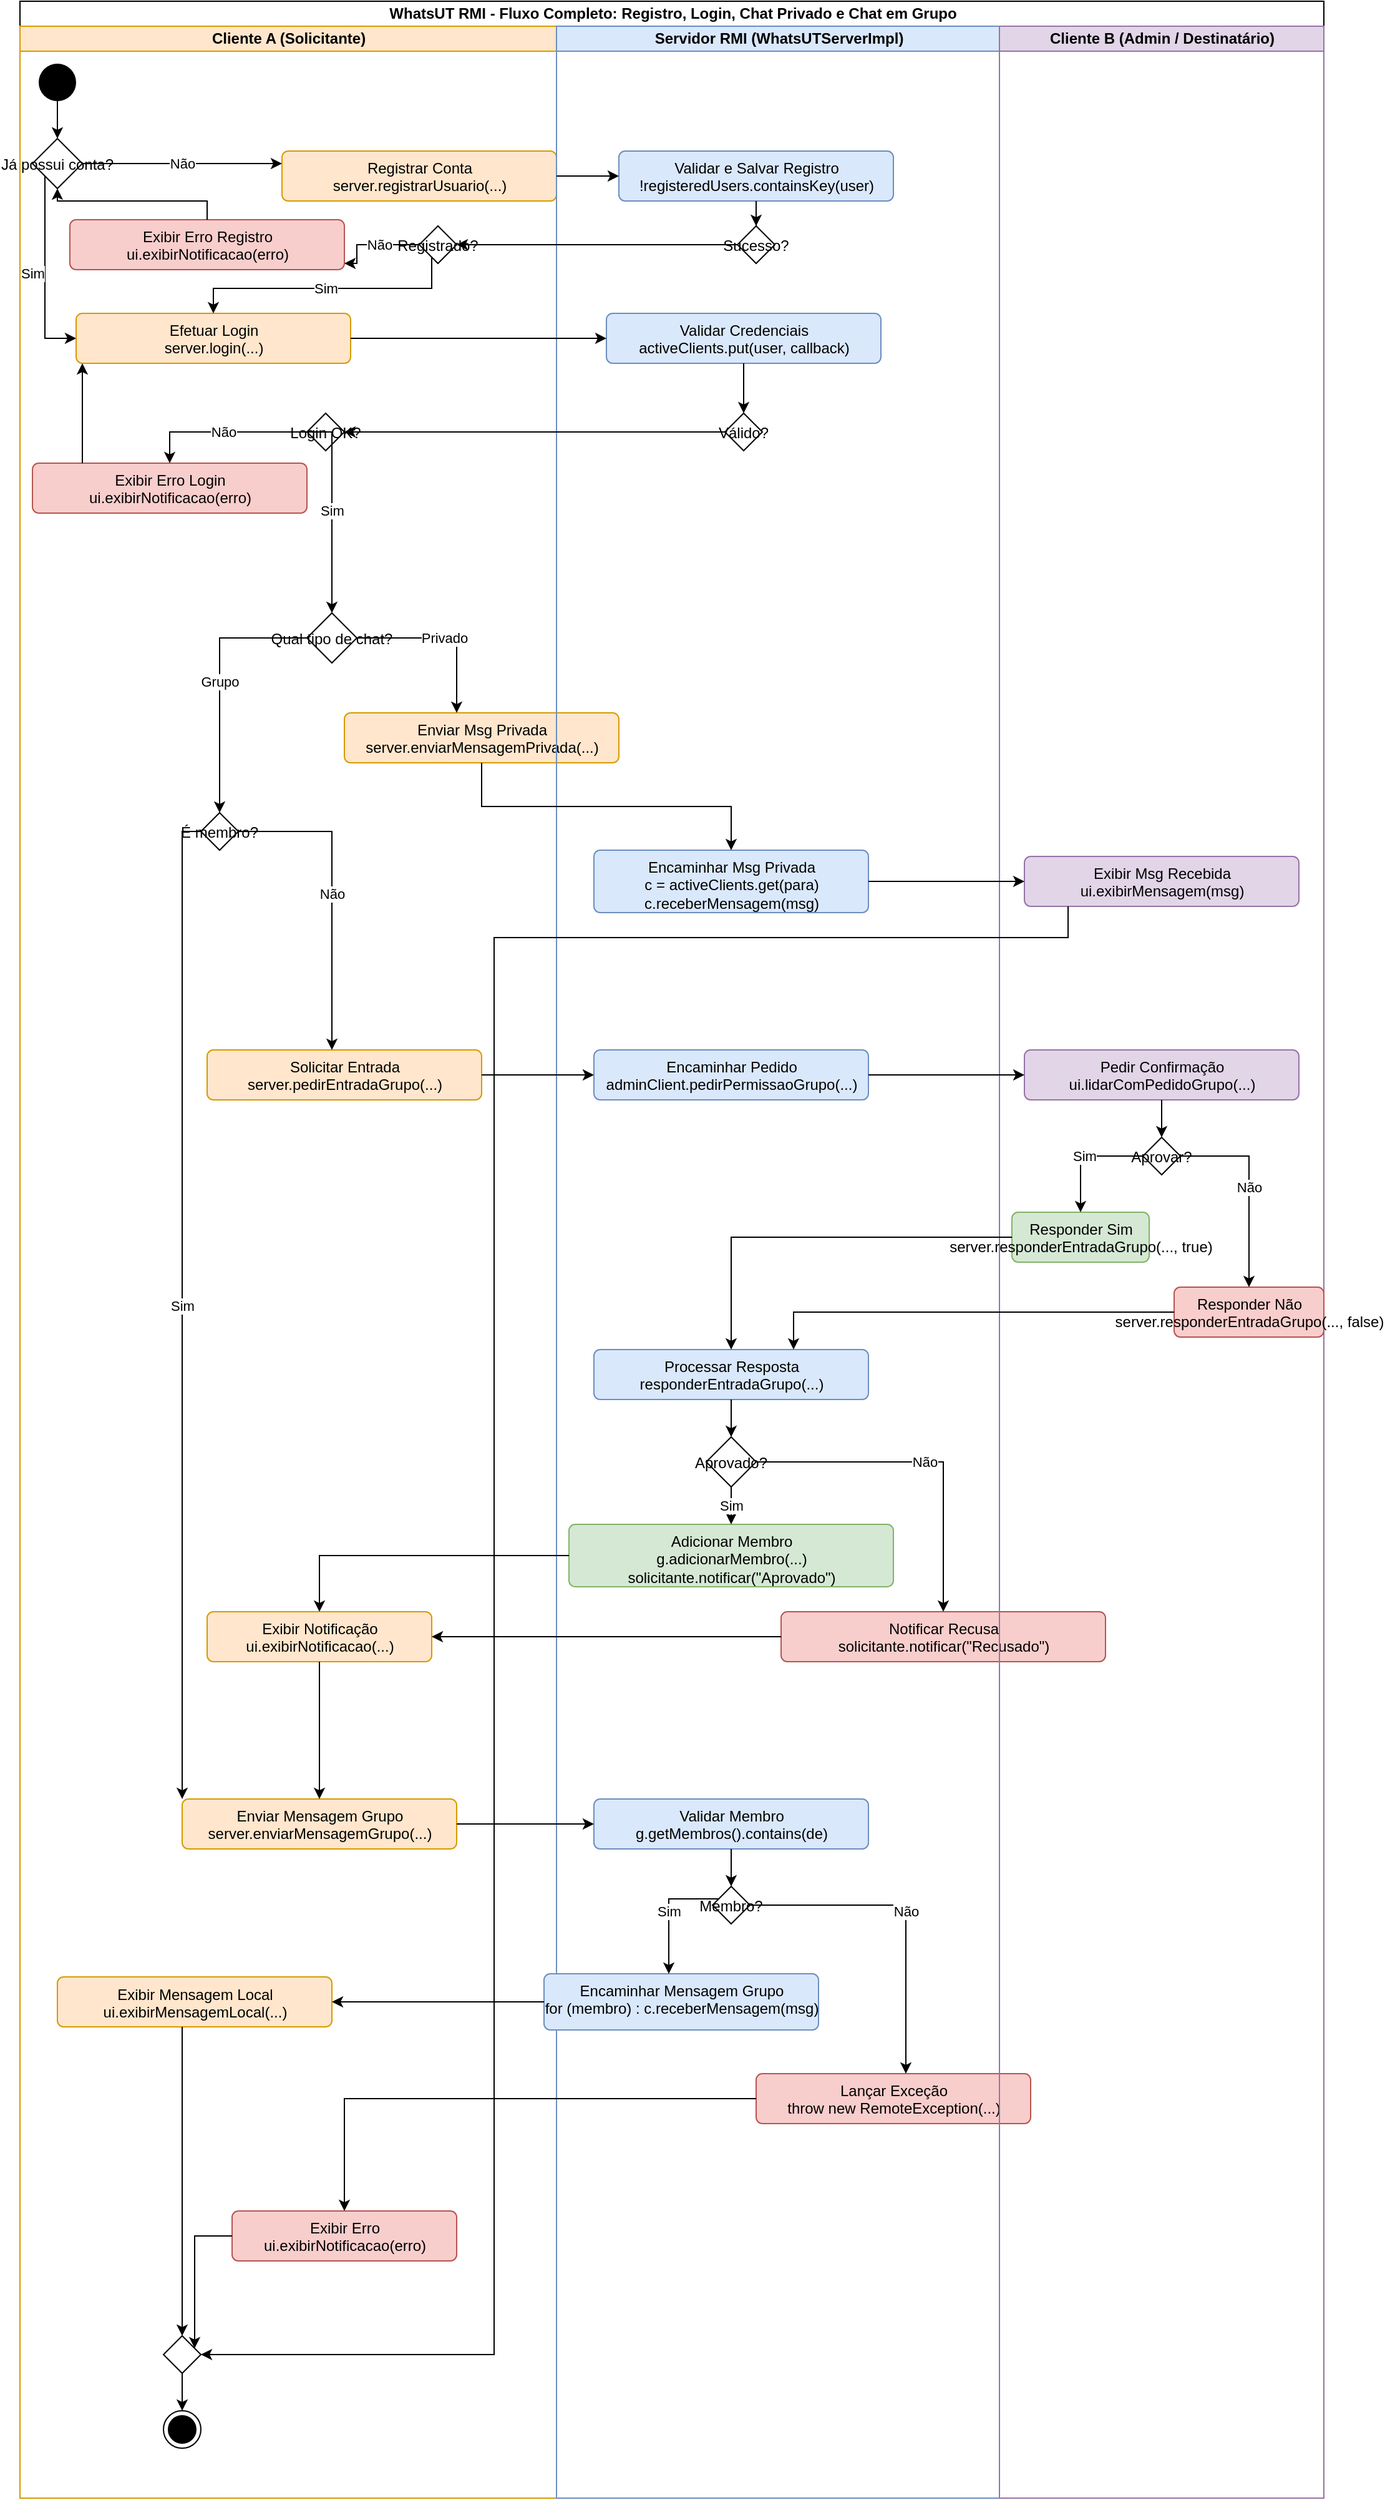
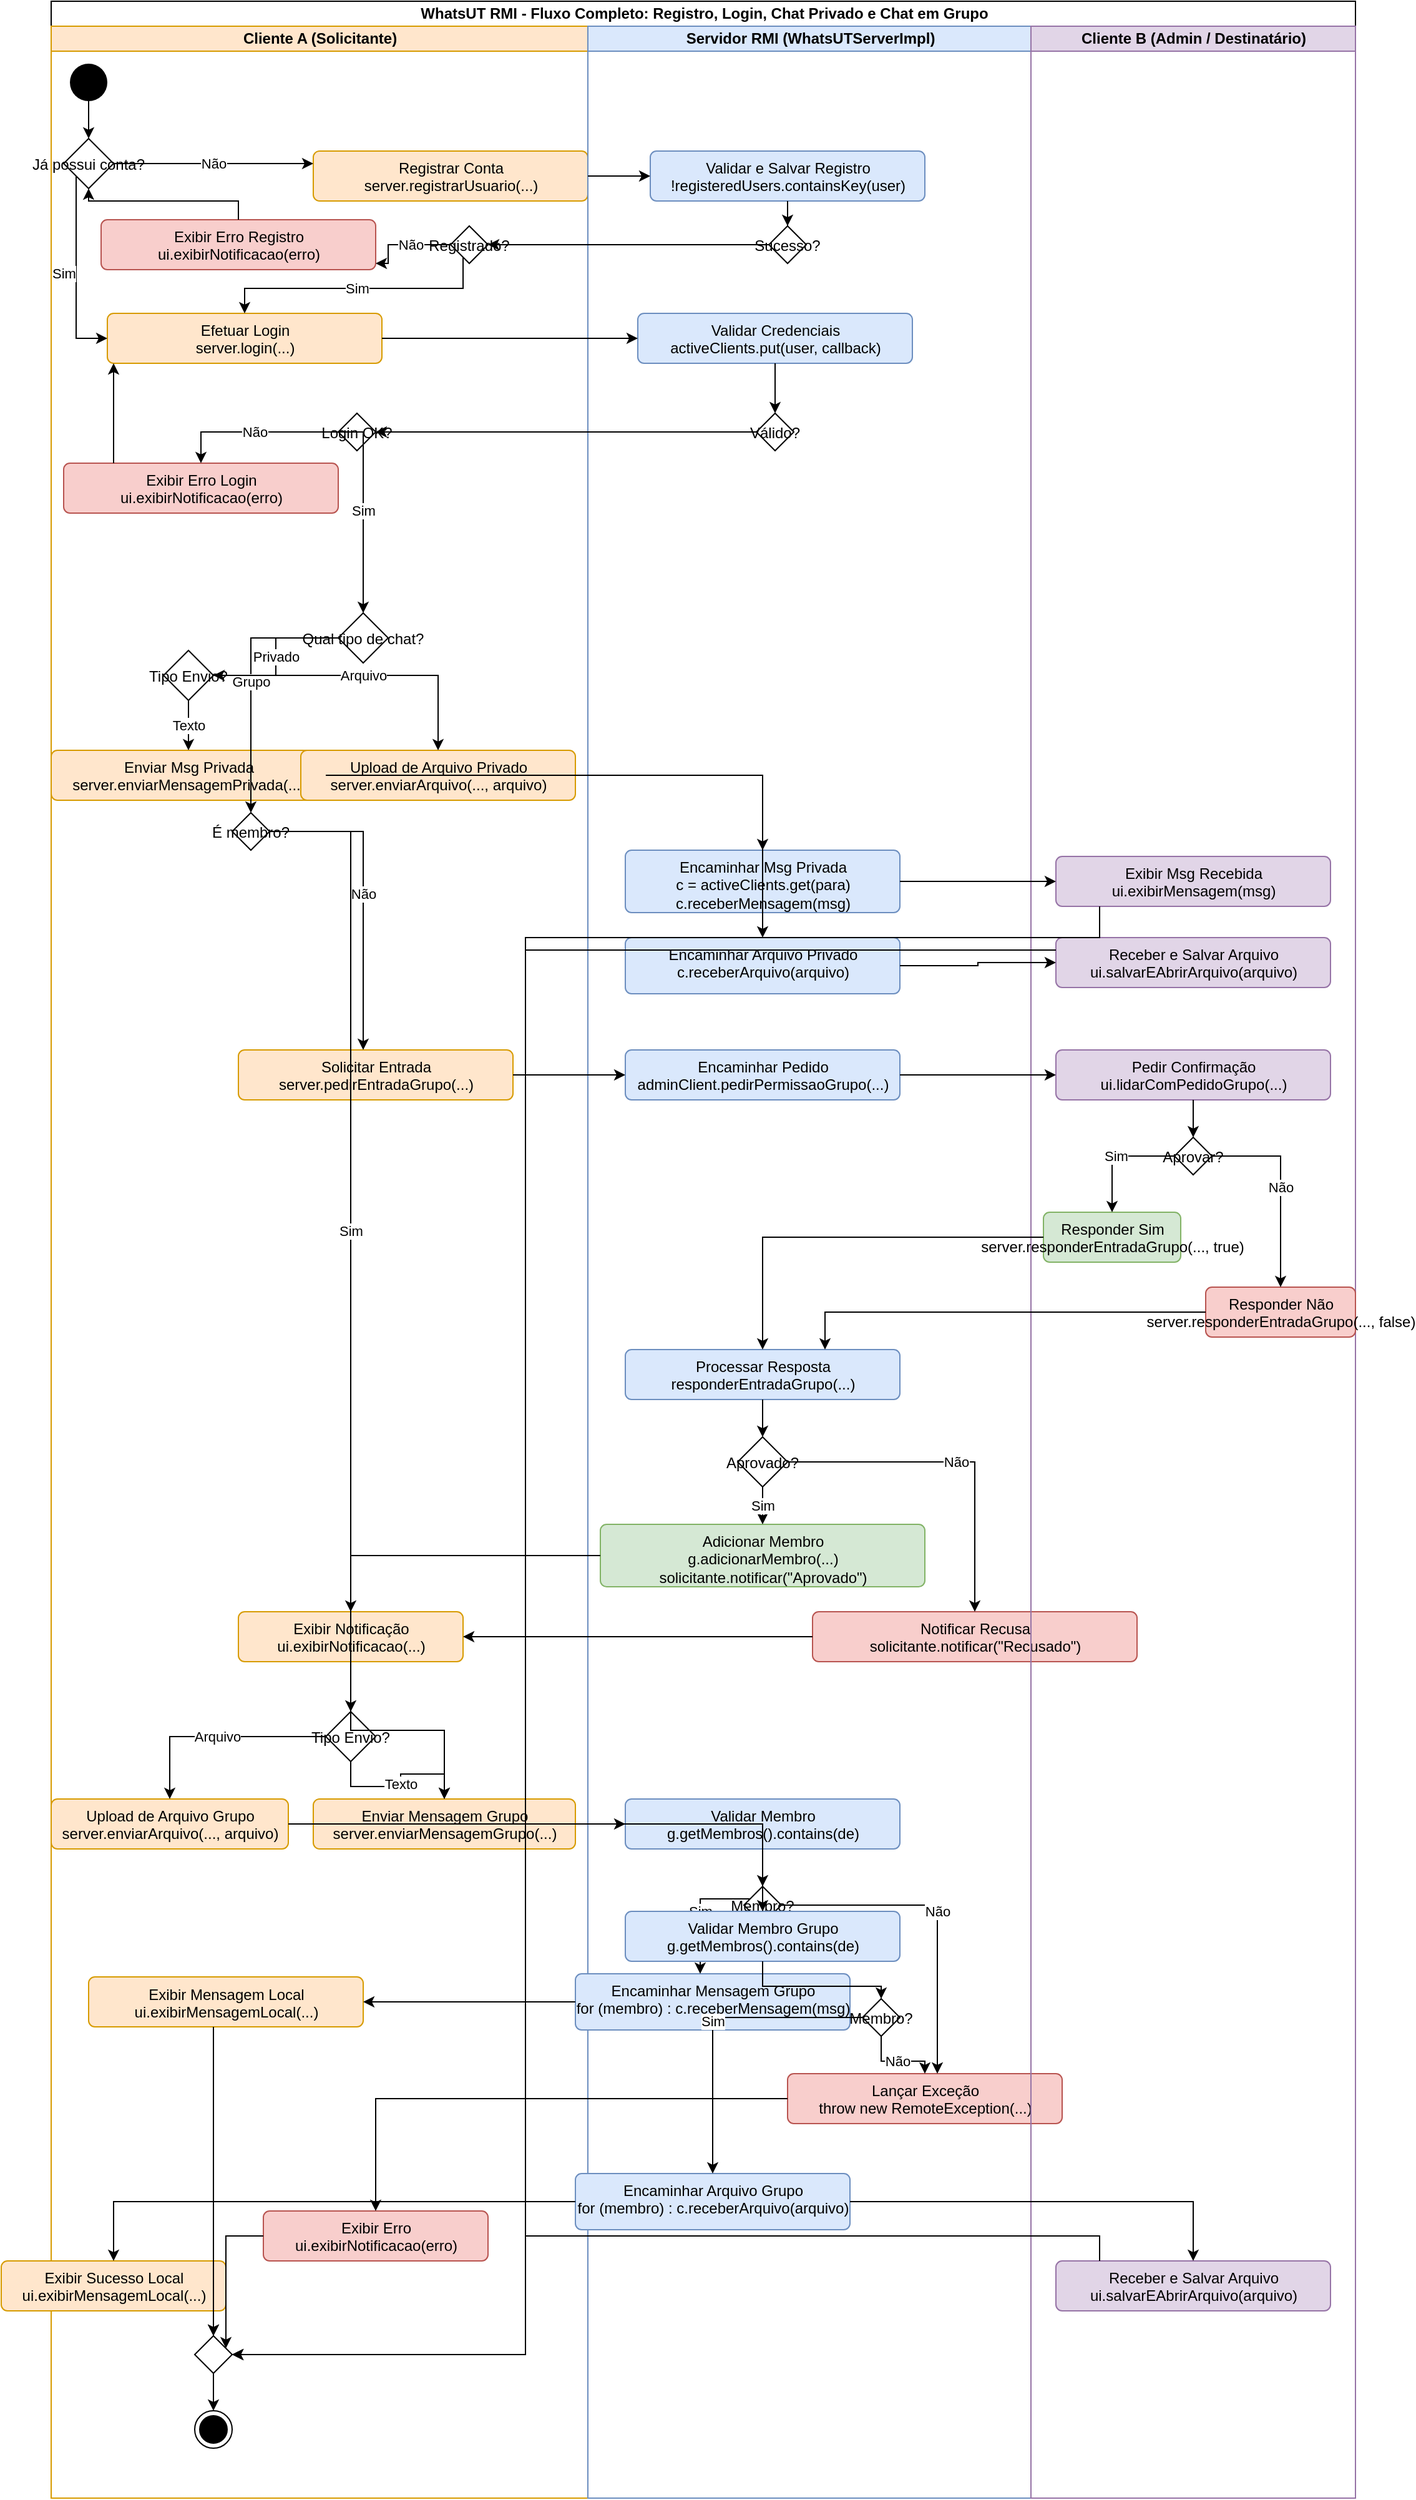
<mxfile host="65bd71144e" pages="1">
    <diagram id="whatsut_activity" name="Activity Diagram">
        <mxGraphModel dx="949" dy="611" grid="1" gridSize="10" guides="1" tooltips="1" connect="1" arrows="1" fold="1" page="1" pageScale="1" pageWidth="900" pageHeight="2050" math="0" shadow="0">
            <root>
                <mxCell id="0"/>
                <mxCell id="1" parent="0"/>
                <mxCell id="swimlanes" value="WhatsUT RMI - Fluxo Completo: Registro, Login, Chat Privado e Chat em Grupo" style="swimlane;childLayout=stackLayout;resizeParent=1;resizeParentMax=0;startSize=20;html=1;horizontalStack=1;" parent="1" vertex="1">
                    <mxGeometry x="30" y="40" width="1045" height="2000" as="geometry"/>
                </mxCell>
                <mxCell id="lane_clientA" value="Cliente A (Solicitante)" style="swimlane;startSize=20;html=1;fillColor=#ffe6cc;strokeColor=#d79b00;" parent="swimlanes" vertex="1">
                    <mxGeometry y="20" width="430" height="1980" as="geometry"/>
                </mxCell>
                <mxCell id="actA_start" value="Start" style="ellipse;fillColor=#000000;strokeColor=none;" parent="lane_clientA" vertex="1">
                    <mxGeometry x="15" y="30" width="30" height="30" as="geometry"/>
                </mxCell>
                <mxCell id="decA_hasAccount" value="Já possui conta?" style="rhombus;" parent="lane_clientA" vertex="1">
                    <mxGeometry x="10" y="90" width="40" height="40" as="geometry"/>
                </mxCell>
                <mxCell id="actA_register" value="Registrar Conta&#xa;server.registrarUsuario(...)" style="html=1;align=center;verticalAlign=top;rounded=1;absoluteArcSize=1;arcSize=10;fillColor=#ffe6cc;strokeColor=#d79b00;" parent="lane_clientA" vertex="1">
                    <mxGeometry x="210" y="100" width="220" height="40" as="geometry"/>
                </mxCell>
                <mxCell id="decA_regOk" value="Registrado?" style="rhombus;" parent="lane_clientA" vertex="1">
                    <mxGeometry x="320" y="160" width="30" height="30" as="geometry"/>
                </mxCell>
                <mxCell id="actA_login" value="Efetuar Login&#xa;server.login(...)" style="html=1;align=center;verticalAlign=top;rounded=1;absoluteArcSize=1;arcSize=10;fillColor=#ffe6cc;strokeColor=#d79b00;" parent="lane_clientA" vertex="1">
                    <mxGeometry x="45" y="230" width="220" height="40" as="geometry"/>
                </mxCell>
                <mxCell id="decA_loginOk" value="Login OK?" style="rhombus;" parent="lane_clientA" vertex="1">
                    <mxGeometry x="230" y="310" width="30" height="30" as="geometry"/>
                </mxCell>
                <mxCell id="decA_action" value="Qual tipo de chat?" style="rhombus;" parent="lane_clientA" vertex="1">
                    <mxGeometry x="230" y="470" width="40" height="40" as="geometry"/>
                </mxCell>
                <mxCell id="actA_privMsg" value="Enviar Msg Privada&#xa;server.enviarMensagemPrivada(...)" style="html=1;align=center;verticalAlign=top;rounded=1;absoluteArcSize=1;arcSize=10;fillColor=#ffe6cc;strokeColor=#d79b00;" parent="lane_clientA" vertex="1">
-                     <mxGeometry x="260" y="550" width="220" height="40" as="geometry"/>
+                     <mxGeometry x="0" y="580" width="220" height="40" as="geometry"/>
                </mxCell>
                <mxCell id="decA_isGrpMember" value="É membro?" style="rhombus;" parent="lane_clientA" vertex="1">
                    <mxGeometry x="145" y="630" width="30" height="30" as="geometry"/>
                </mxCell>
                <mxCell id="actA_req" value="Solicitar Entrada&#xa;server.pedirEntradaGrupo(...)" style="html=1;align=center;verticalAlign=top;rounded=1;absoluteArcSize=1;arcSize=10;fillColor=#ffe6cc;strokeColor=#d79b00;" parent="lane_clientA" vertex="1">
                    <mxGeometry x="150" y="820" width="220" height="40" as="geometry"/>
                </mxCell>
                <mxCell id="actA_notify" value="Exibir Notificação&#xa;ui.exibirNotificacao(...)" style="html=1;align=center;verticalAlign=top;rounded=1;absoluteArcSize=1;arcSize=10;fillColor=#ffe6cc;strokeColor=#d79b00;" parent="lane_clientA" vertex="1">
                    <mxGeometry x="150" y="1270" width="180" height="40" as="geometry"/>
                </mxCell>
                <mxCell id="actA_msg" value="Enviar Mensagem Grupo&#xa;server.enviarMensagemGrupo(...)" style="html=1;align=center;verticalAlign=top;rounded=1;absoluteArcSize=1;arcSize=10;fillColor=#ffe6cc;strokeColor=#d79b00;" parent="lane_clientA" vertex="1">
-                     <mxGeometry x="130" y="1420" width="220" height="40" as="geometry"/>
+                     <mxGeometry x="210" y="1420" width="210" height="40" as="geometry"/>
                </mxCell>
                <mxCell id="actA_success" value="Exibir Mensagem Local&#xa;ui.exibirMensagemLocal(...)" style="html=1;align=center;verticalAlign=top;rounded=1;absoluteArcSize=1;arcSize=10;fillColor=#ffe6cc;strokeColor=#d79b00;" parent="lane_clientA" vertex="1">
                    <mxGeometry x="30" y="1562.5" width="220" height="40" as="geometry"/>
                </mxCell>
                <mxCell id="actA_error" value="Exibir Erro&#xa;ui.exibirNotificacao(erro)" style="html=1;align=center;verticalAlign=top;rounded=1;absoluteArcSize=1;arcSize=10;fillColor=#f8cecc;strokeColor=#b85450;" parent="lane_clientA" vertex="1">
                    <mxGeometry x="170" y="1750" width="180" height="40" as="geometry"/>
                </mxCell>
                <mxCell id="mergeA_end" value="" style="rhombus;" parent="lane_clientA" vertex="1">
                    <mxGeometry x="115" y="1850" width="30" height="30" as="geometry"/>
                </mxCell>
                <mxCell id="actA_end" value="End" style="ellipse;html=1;shape=endState;fillColor=#000000;strokeColor=#000000;" parent="lane_clientA" vertex="1">
                    <mxGeometry x="115" y="1910" width="30" height="30" as="geometry"/>
                </mxCell>
                <mxCell id="actA_regFail" value="Exibir Erro Registro&#xa;ui.exibirNotificacao(erro)" style="html=1;align=center;verticalAlign=top;rounded=1;absoluteArcSize=1;arcSize=10;fillColor=#f8cecc;strokeColor=#b85450;" parent="lane_clientA" vertex="1">
                    <mxGeometry x="40" y="155" width="220" height="40" as="geometry"/>
                </mxCell>
                <mxCell id="e_decRegOk_no" value="Não" style="edgeStyle=orthogonalEdgeStyle;rounded=0;orthogonalLoop=1;jettySize=auto;html=1;" parent="lane_clientA" source="decA_regOk" target="actA_regFail" edge="1">
                    <mxGeometry x="-0.1426" relative="1" as="geometry">
                        <Array as="points">
                            <mxPoint x="270" y="175"/>
                            <mxPoint x="270" y="190"/>
                        </Array>
                        <mxPoint as="offset"/>
                    </mxGeometry>
                </mxCell>
                <mxCell id="e_regFail_to_hasAccount" style="edgeStyle=orthogonalEdgeStyle;rounded=0;orthogonalLoop=1;jettySize=auto;html=1;" parent="lane_clientA" source="actA_regFail" target="decA_hasAccount" edge="1">
                    <mxGeometry relative="1" as="geometry">
                        <Array as="points">
                            <mxPoint x="150" y="140"/>
                        </Array>
                    </mxGeometry>
                </mxCell>
                <mxCell id="actA_loginFail" value="Exibir Erro Login&#xa;ui.exibirNotificacao(erro)" style="html=1;align=center;verticalAlign=top;rounded=1;absoluteArcSize=1;arcSize=10;fillColor=#f8cecc;strokeColor=#b85450;" parent="lane_clientA" vertex="1">
                    <mxGeometry x="10" y="350" width="220" height="40" as="geometry"/>
                </mxCell>
                <mxCell id="e_decLoginOk_no" value="Não" style="edgeStyle=orthogonalEdgeStyle;rounded=0;orthogonalLoop=1;jettySize=auto;html=1;" parent="lane_clientA" source="decA_loginOk" edge="1">
                    <mxGeometry relative="1" as="geometry">
                        <mxPoint x="120" y="350" as="targetPoint"/>
                        <Array as="points">
                            <mxPoint x="120" y="325"/>
                            <mxPoint x="120" y="350"/>
                        </Array>
                    </mxGeometry>
                </mxCell>
                <mxCell id="e_loginFail_to_login" style="edgeStyle=orthogonalEdgeStyle;rounded=0;orthogonalLoop=1;jettySize=auto;html=1;" parent="lane_clientA" source="actA_loginFail" target="actA_login" edge="1">
                    <mxGeometry relative="1" as="geometry">
                        <Array as="points">
                            <mxPoint x="50" y="330"/>
                            <mxPoint x="50" y="330"/>
                        </Array>
                    </mxGeometry>
                </mxCell>
                <mxCell id="e_decLoginOk_yes" value="Sim" style="edgeStyle=orthogonalEdgeStyle;rounded=0;orthogonalLoop=1;jettySize=auto;html=1;exitX=0;exitY=0.5;exitDx=0;exitDy=0;entryX=0.5;entryY=0;entryDx=0;entryDy=0;" parent="lane_clientA" source="decA_loginOk" target="decA_action" edge="1">
                    <mxGeometry relative="1" as="geometry">
                        <mxPoint x="240" y="364.97" as="sourcePoint"/>
                        <mxPoint x="140.030303030303" y="620.000303030303" as="targetPoint"/>
                        <Array as="points">
                            <mxPoint x="250" y="325"/>
                        </Array>
                    </mxGeometry>
                </mxCell>
                <mxCell id="lane_server" value="Servidor RMI (WhatsUTServerImpl)" style="swimlane;startSize=20;html=1;fillColor=#dae8fc;strokeColor=#6c8ebf;" parent="swimlanes" vertex="1">
                    <mxGeometry x="430" y="20" width="355" height="1980" as="geometry"/>
                </mxCell>
                <mxCell id="actS_register" value="Validar e Salvar Registro&#xa;!registeredUsers.containsKey(user)" style="html=1;align=center;verticalAlign=top;rounded=1;absoluteArcSize=1;arcSize=10;fillColor=#dae8fc;strokeColor=#6c8ebf;" parent="lane_server" vertex="1">
                    <mxGeometry x="50" y="100" width="220" height="40" as="geometry"/>
                </mxCell>
                <mxCell id="decS_regOk" value="Sucesso?" style="rhombus;" parent="lane_server" vertex="1">
                    <mxGeometry x="145" y="160" width="30" height="30" as="geometry"/>
                </mxCell>
                <mxCell id="actS_login" value="Validar Credenciais&#xa;activeClients.put(user, callback)" style="html=1;align=center;verticalAlign=top;rounded=1;absoluteArcSize=1;arcSize=10;fillColor=#dae8fc;strokeColor=#6c8ebf;" parent="lane_server" vertex="1">
                    <mxGeometry x="40" y="230" width="220" height="40" as="geometry"/>
                </mxCell>
                <mxCell id="decS_loginOk" value="Válido?" style="rhombus;" parent="lane_server" vertex="1">
                    <mxGeometry x="135" y="310" width="30" height="30" as="geometry"/>
                </mxCell>
                <mxCell id="actS_forwardPriv" value="Encaminhar Msg Privada&#xa;c = activeClients.get(para)&#xa;c.receberMensagem(msg)" style="html=1;align=center;verticalAlign=top;rounded=1;absoluteArcSize=1;arcSize=10;fillColor=#dae8fc;strokeColor=#6c8ebf;" parent="lane_server" vertex="1">
                    <mxGeometry x="30" y="660" width="220" height="50" as="geometry"/>
                </mxCell>
                <mxCell id="actS_req" value="Encaminhar Pedido&#xa;adminClient.pedirPermissaoGrupo(...)" style="html=1;align=center;verticalAlign=top;rounded=1;absoluteArcSize=1;arcSize=10;fillColor=#dae8fc;strokeColor=#6c8ebf;" parent="lane_server" vertex="1">
                    <mxGeometry x="30" y="820" width="220" height="40" as="geometry"/>
                </mxCell>
                <mxCell id="actS_resp" value="Processar Resposta&#xa;responderEntradaGrupo(...)" style="html=1;align=center;verticalAlign=top;rounded=1;absoluteArcSize=1;arcSize=10;fillColor=#dae8fc;strokeColor=#6c8ebf;" parent="lane_server" vertex="1">
                    <mxGeometry x="30" y="1060" width="220" height="40" as="geometry"/>
                </mxCell>
                <mxCell id="decS_approved" value="Aprovado?" style="rhombus;" parent="lane_server" vertex="1">
                    <mxGeometry x="120" y="1130" width="40" height="40" as="geometry"/>
                </mxCell>
                <mxCell id="actS_add" value="Adicionar Membro&#xa;g.adicionarMembro(...)&#xa;solicitante.notificar(&quot;Aprovado&quot;)" style="html=1;align=center;verticalAlign=top;rounded=1;absoluteArcSize=1;arcSize=10;fillColor=#d5e8d4;strokeColor=#82b366;" parent="lane_server" vertex="1">
                    <mxGeometry x="10" y="1200" width="260" height="50" as="geometry"/>
                </mxCell>
                <mxCell id="actS_reject" value="Notificar Recusa&#xa;solicitante.notificar(&quot;Recusado&quot;)" style="html=1;align=center;verticalAlign=top;rounded=1;absoluteArcSize=1;arcSize=10;fillColor=#f8cecc;strokeColor=#b85450;" parent="lane_server" vertex="1">
                    <mxGeometry x="180" y="1270" width="260" height="40" as="geometry"/>
                </mxCell>
                <mxCell id="actS_validate" value="Validar Membro&#xa;g.getMembros().contains(de)" style="html=1;align=center;verticalAlign=top;rounded=1;absoluteArcSize=1;arcSize=10;fillColor=#dae8fc;strokeColor=#6c8ebf;" parent="lane_server" vertex="1">
                    <mxGeometry x="30" y="1420" width="220" height="40" as="geometry"/>
                </mxCell>
                <mxCell id="decS_isMember" value="Membro?" style="rhombus;" parent="lane_server" vertex="1">
                    <mxGeometry x="125" y="1490" width="30" height="30" as="geometry"/>
                </mxCell>
                <mxCell id="actS_exception" value="Lançar Exceção&#xa;throw new RemoteException(...)" style="html=1;align=center;verticalAlign=top;rounded=1;absoluteArcSize=1;arcSize=10;fillColor=#f8cecc;strokeColor=#b85450;" parent="lane_server" vertex="1">
                    <mxGeometry x="160" y="1640" width="220" height="40" as="geometry"/>
                </mxCell>
                <mxCell id="actS_forward" value="Encaminhar Mensagem Grupo&#xa;for (membro) : c.receberMensagem(msg)" style="html=1;align=center;verticalAlign=top;rounded=1;absoluteArcSize=1;arcSize=10;fillColor=#dae8fc;strokeColor=#6c8ebf;" parent="lane_server" vertex="1">
                    <mxGeometry x="-10" y="1560" width="220" height="45" as="geometry"/>
                </mxCell>
                <mxCell id="e_isMember_yes_fwd" value="Sim" style="edgeStyle=orthogonalEdgeStyle;rounded=0;orthogonalLoop=1;jettySize=auto;html=1;" parent="lane_server" source="decS_isMember" target="actS_forward" edge="1">
                    <mxGeometry relative="1" as="geometry">
                        <Array as="points">
                            <mxPoint x="90" y="1500"/>
                        </Array>
                    </mxGeometry>
                </mxCell>
                <mxCell id="lane_clientB" value="Cliente B (Admin / Destinatário)" style="swimlane;startSize=20;html=1;fillColor=#e1d5e7;strokeColor=#9673a6;" parent="swimlanes" vertex="1">
                    <mxGeometry x="785" y="20" width="260" height="1980" as="geometry"/>
                </mxCell>
                <mxCell id="actB_recvPriv" value="Exibir Msg Recebida&#xa;ui.exibirMensagem(msg)" style="html=1;align=center;verticalAlign=top;rounded=1;absoluteArcSize=1;arcSize=10;fillColor=#e1d5e7;strokeColor=#9673a6;" parent="lane_clientB" vertex="1">
                    <mxGeometry x="20" y="665" width="220" height="40" as="geometry"/>
                </mxCell>
                <mxCell id="actB_popup" value="Pedir Confirmação&#xa;ui.lidarComPedidoGrupo(...)" style="html=1;align=center;verticalAlign=top;rounded=1;absoluteArcSize=1;arcSize=10;fillColor=#e1d5e7;strokeColor=#9673a6;" parent="lane_clientB" vertex="1">
                    <mxGeometry x="20" y="820" width="220" height="40" as="geometry"/>
                </mxCell>
                <mxCell id="decB_approve" value="Aprovar?" style="rhombus;" parent="lane_clientB" vertex="1">
                    <mxGeometry x="115" y="890" width="30" height="30" as="geometry"/>
                </mxCell>
                <mxCell id="actB_yes" value="Responder Sim&#xa;server.responderEntradaGrupo(..., true)" style="html=1;align=center;verticalAlign=top;rounded=1;absoluteArcSize=1;arcSize=10;fillColor=#d5e8d4;strokeColor=#82b366;" parent="lane_clientB" vertex="1">
                    <mxGeometry x="10" y="950" width="110" height="40" as="geometry"/>
                </mxCell>
                <mxCell id="actB_no" value="Responder Não&#xa;server.responderEntradaGrupo(..., false)" style="html=1;align=center;verticalAlign=top;rounded=1;absoluteArcSize=1;arcSize=10;fillColor=#f8cecc;strokeColor=#b85450;" parent="lane_clientB" vertex="1">
                    <mxGeometry x="140" y="1010" width="120" height="40" as="geometry"/>
                </mxCell>
                <mxCell id="e_forward_to_success" style="edgeStyle=orthogonalEdgeStyle;rounded=0;orthogonalLoop=1;jettySize=auto;html=1;" parent="swimlanes" source="actS_forward" target="actA_success" edge="1">
                    <mxGeometry relative="1" as="geometry"/>
                </mxCell>
                <mxCell id="e_start_to_hasAccount" style="edgeStyle=orthogonalEdgeStyle;rounded=0;orthogonalLoop=1;jettySize=auto;html=1;" parent="1" source="actA_start" target="decA_hasAccount" edge="1">
                    <mxGeometry relative="1" as="geometry"/>
                </mxCell>
                <mxCell id="e_hasAccount_no" value="Não" style="edgeStyle=orthogonalEdgeStyle;rounded=0;orthogonalLoop=1;jettySize=auto;html=1;" parent="1" source="decA_hasAccount" target="actA_register" edge="1">
                    <mxGeometry relative="1" as="geometry">
                        <Array as="points">
                            <mxPoint x="260" y="160"/>
                            <mxPoint x="260" y="160"/>
                        </Array>
                    </mxGeometry>
                </mxCell>
                <mxCell id="e_register_to_server" style="edgeStyle=orthogonalEdgeStyle;rounded=0;orthogonalLoop=1;jettySize=auto;html=1;" parent="1" source="actA_register" target="actS_register" edge="1">
                    <mxGeometry relative="1" as="geometry"/>
                </mxCell>
                <mxCell id="e_server_to_decReg" style="edgeStyle=orthogonalEdgeStyle;rounded=0;orthogonalLoop=1;jettySize=auto;html=1;" parent="1" source="actS_register" target="decS_regOk" edge="1">
                    <mxGeometry relative="1" as="geometry"/>
                </mxCell>
                <mxCell id="e_decReg_to_clientDec" style="edgeStyle=orthogonalEdgeStyle;rounded=0;orthogonalLoop=1;jettySize=auto;html=1;" parent="1" source="decS_regOk" target="decA_regOk" edge="1">
                    <mxGeometry relative="1" as="geometry"/>
                </mxCell>
                <mxCell id="e_decRegOk_yes" value="Sim" style="edgeStyle=orthogonalEdgeStyle;rounded=0;orthogonalLoop=1;jettySize=auto;html=1;" parent="1" source="decA_regOk" target="actA_login" edge="1">
                    <mxGeometry relative="1" as="geometry">
                        <Array as="points">
                            <mxPoint x="360" y="270"/>
                            <mxPoint x="185" y="270"/>
                        </Array>
                    </mxGeometry>
                </mxCell>
                <mxCell id="e_hasAccount_yes" value="Sim" style="edgeStyle=orthogonalEdgeStyle;rounded=0;orthogonalLoop=1;jettySize=auto;html=1;" parent="1" source="decA_hasAccount" target="actA_login" edge="1">
                    <mxGeometry x="0.0003" y="-10" relative="1" as="geometry">
                        <Array as="points">
                            <mxPoint x="50" y="310"/>
                        </Array>
                        <mxPoint as="offset"/>
                    </mxGeometry>
                </mxCell>
                <mxCell id="e_login_to_server" style="edgeStyle=orthogonalEdgeStyle;rounded=0;orthogonalLoop=1;jettySize=auto;html=1;" parent="1" source="actA_login" target="actS_login" edge="1">
                    <mxGeometry relative="1" as="geometry"/>
                </mxCell>
                <mxCell id="e_server_to_decLogin" style="edgeStyle=orthogonalEdgeStyle;rounded=0;orthogonalLoop=1;jettySize=auto;html=1;" parent="1" source="actS_login" target="decS_loginOk" edge="1">
                    <mxGeometry relative="1" as="geometry"/>
                </mxCell>
                <mxCell id="e_decLogin_to_clientDec" style="edgeStyle=orthogonalEdgeStyle;rounded=0;orthogonalLoop=1;jettySize=auto;html=1;" parent="1" source="decS_loginOk" target="decA_loginOk" edge="1">
                    <mxGeometry relative="1" as="geometry">
                        <Array as="points">
                            <mxPoint x="320" y="385"/>
                            <mxPoint x="320" y="385"/>
                        </Array>
                    </mxGeometry>
                </mxCell>
-                 <mxCell id="e_action_priv" value="Privado" style="edgeStyle=orthogonalEdgeStyle;rounded=0;orthogonalLoop=1;jettySize=auto;html=1;" parent="1" source="decA_action" target="actA_privMsg" edge="1">
-                     <mxGeometry relative="1" as="geometry">
-                         <Array as="points">
-                             <mxPoint x="380" y="550"/>
-                         </Array>
-                     </mxGeometry>
+                 <mxCell id="e_action_priv" value="Privado" style="edgeStyle=orthogonalEdgeStyle;rounded=0;orthogonalLoop=1;jettySize=auto;html=1;" parent="1" source="decA_action" target="decA_privChoice" edge="1">
+                     <mxGeometry relative="1" as="geometry"/>
                </mxCell>
                <mxCell id="e_action_group" value="Grupo" style="edgeStyle=orthogonalEdgeStyle;rounded=0;orthogonalLoop=1;jettySize=auto;html=1;" parent="1" source="decA_action" target="decA_isGrpMember" edge="1">
                    <mxGeometry relative="1" as="geometry">
                        <Array as="points">
                            <mxPoint x="190" y="550"/>
                        </Array>
                    </mxGeometry>
                </mxCell>
                <mxCell id="e_privMsg_to_server" style="edgeStyle=orthogonalEdgeStyle;rounded=0;orthogonalLoop=1;jettySize=auto;html=1;" parent="1" source="actA_privMsg" target="actS_forwardPriv" edge="1">
                    <mxGeometry relative="1" as="geometry"/>
                </mxCell>
                <mxCell id="e_server_to_recvPriv" style="edgeStyle=orthogonalEdgeStyle;rounded=0;orthogonalLoop=1;jettySize=auto;html=1;" parent="1" source="actS_forwardPriv" target="actB_recvPriv" edge="1">
                    <mxGeometry relative="1" as="geometry"/>
                </mxCell>
                <mxCell id="e_recvPriv_to_merge" style="edgeStyle=orthogonalEdgeStyle;rounded=0;orthogonalLoop=1;jettySize=auto;html=1;" parent="1" source="actB_recvPriv" target="mergeA_end" edge="1">
                    <mxGeometry relative="1" as="geometry">
                        <Array as="points">
                            <mxPoint x="870" y="790"/>
                            <mxPoint x="410" y="790"/>
                            <mxPoint x="410" y="1925"/>
                        </Array>
                    </mxGeometry>
                </mxCell>
                <mxCell id="e_isMember_no" value="Não" style="edgeStyle=orthogonalEdgeStyle;rounded=0;orthogonalLoop=1;jettySize=auto;html=1;" parent="1" source="decA_isGrpMember" target="actA_req" edge="1">
                    <mxGeometry relative="1" as="geometry">
                        <Array as="points">
                            <mxPoint x="280" y="705"/>
                        </Array>
                    </mxGeometry>
                </mxCell>
-                 <mxCell id="e_isMember_yes" value="Sim" style="edgeStyle=orthogonalEdgeStyle;rounded=0;orthogonalLoop=1;jettySize=auto;html=1;" parent="1" source="decA_isGrpMember" target="actA_msg" edge="1">
-                     <mxGeometry relative="1" as="geometry">
-                         <Array as="points">
-                             <mxPoint x="160" y="705"/>
-                         </Array>
-                     </mxGeometry>
+                 <mxCell id="e_isMember_yes" value="Sim" style="edgeStyle=orthogonalEdgeStyle;rounded=0;orthogonalLoop=1;jettySize=auto;html=1;" parent="1" source="decA_isGrpMember" target="decA_grpChoice" edge="1">
+                     <mxGeometry relative="1" as="geometry"/>
                </mxCell>
                <mxCell id="e_req_to_server" style="edgeStyle=orthogonalEdgeStyle;rounded=0;orthogonalLoop=1;jettySize=auto;html=1;" parent="1" source="actA_req" target="actS_req" edge="1">
                    <mxGeometry relative="1" as="geometry"/>
                </mxCell>
                <mxCell id="e_server_to_popup" style="edgeStyle=orthogonalEdgeStyle;rounded=0;orthogonalLoop=1;jettySize=auto;html=1;" parent="1" source="actS_req" target="actB_popup" edge="1">
                    <mxGeometry relative="1" as="geometry"/>
                </mxCell>
                <mxCell id="e_popup_to_decApprove" style="edgeStyle=orthogonalEdgeStyle;rounded=0;orthogonalLoop=1;jettySize=auto;html=1;" parent="1" source="actB_popup" target="decB_approve" edge="1">
                    <mxGeometry relative="1" as="geometry"/>
                </mxCell>
                <mxCell id="e_approve_yes" value="Sim" style="edgeStyle=orthogonalEdgeStyle;rounded=0;orthogonalLoop=1;jettySize=auto;html=1;" parent="1" source="decB_approve" target="actB_yes" edge="1">
                    <mxGeometry relative="1" as="geometry">
                        <Array as="points">
                            <mxPoint x="880" y="965"/>
                        </Array>
                    </mxGeometry>
                </mxCell>
                <mxCell id="e_approve_no" value="Não" style="edgeStyle=orthogonalEdgeStyle;rounded=0;orthogonalLoop=1;jettySize=auto;html=1;" parent="1" source="decB_approve" target="actB_no" edge="1">
                    <mxGeometry relative="1" as="geometry">
                        <Array as="points">
                            <mxPoint x="1015" y="965"/>
                        </Array>
                    </mxGeometry>
                </mxCell>
                <mxCell id="e_yes_to_server" style="edgeStyle=orthogonalEdgeStyle;rounded=0;orthogonalLoop=1;jettySize=auto;html=1;" parent="1" source="actB_yes" target="actS_resp" edge="1">
                    <mxGeometry relative="1" as="geometry"/>
                </mxCell>
                <mxCell id="e_no_to_server" style="edgeStyle=orthogonalEdgeStyle;rounded=0;orthogonalLoop=1;jettySize=auto;html=1;" parent="1" source="actB_no" target="actS_resp" edge="1">
                    <mxGeometry relative="1" as="geometry">
                        <Array as="points">
                            <mxPoint x="650" y="1090"/>
                        </Array>
                    </mxGeometry>
                </mxCell>
                <mxCell id="e_server_to_decApproved" style="edgeStyle=orthogonalEdgeStyle;rounded=0;orthogonalLoop=1;jettySize=auto;html=1;" parent="1" source="actS_resp" target="decS_approved" edge="1">
                    <mxGeometry relative="1" as="geometry"/>
                </mxCell>
                <mxCell id="e_approved_yes" value="Sim" style="edgeStyle=orthogonalEdgeStyle;rounded=0;orthogonalLoop=1;jettySize=auto;html=1;" parent="1" source="decS_approved" target="actS_add" edge="1">
                    <mxGeometry relative="1" as="geometry"/>
                </mxCell>
                <mxCell id="e_approved_no" value="Não" style="edgeStyle=orthogonalEdgeStyle;rounded=0;orthogonalLoop=1;jettySize=auto;html=1;" parent="1" source="decS_approved" target="actS_reject" edge="1">
                    <mxGeometry relative="1" as="geometry"/>
                </mxCell>
                <mxCell id="e_add_to_notify" style="edgeStyle=orthogonalEdgeStyle;rounded=0;orthogonalLoop=1;jettySize=auto;html=1;" parent="1" source="actS_add" target="actA_notify" edge="1">
                    <mxGeometry relative="1" as="geometry"/>
                </mxCell>
                <mxCell id="e_reject_to_notify" style="edgeStyle=orthogonalEdgeStyle;rounded=0;orthogonalLoop=1;jettySize=auto;html=1;" parent="1" source="actS_reject" target="actA_notify" edge="1">
                    <mxGeometry relative="1" as="geometry"/>
                </mxCell>
                <mxCell id="e_notify_to_msg" style="edgeStyle=orthogonalEdgeStyle;rounded=0;orthogonalLoop=1;jettySize=auto;html=1;" parent="1" source="actA_notify" target="actA_msg" edge="1">
                    <mxGeometry relative="1" as="geometry"/>
                </mxCell>
                <mxCell id="e_msg_to_validate" style="edgeStyle=orthogonalEdgeStyle;rounded=0;orthogonalLoop=1;jettySize=auto;html=1;" parent="1" source="actA_msg" target="actS_validate" edge="1">
                    <mxGeometry relative="1" as="geometry"/>
                </mxCell>
                <mxCell id="e_validate_to_decMember" style="edgeStyle=orthogonalEdgeStyle;rounded=0;orthogonalLoop=1;jettySize=auto;html=1;" parent="1" source="actS_validate" target="decS_isMember" edge="1">
                    <mxGeometry relative="1" as="geometry"/>
                </mxCell>
                <mxCell id="e_isMember_no_exc" value="Não" style="edgeStyle=orthogonalEdgeStyle;rounded=0;orthogonalLoop=1;jettySize=auto;html=1;" parent="1" source="decS_isMember" target="actS_exception" edge="1">
                    <mxGeometry relative="1" as="geometry">
                        <Array as="points">
                            <mxPoint x="740" y="1565"/>
                        </Array>
                    </mxGeometry>
                </mxCell>
                <mxCell id="e_exception_to_error" style="edgeStyle=orthogonalEdgeStyle;rounded=0;orthogonalLoop=1;jettySize=auto;html=1;" parent="1" source="actS_exception" target="actA_error" edge="1">
                    <mxGeometry relative="1" as="geometry"/>
                </mxCell>
                <mxCell id="e_success_to_merge" style="edgeStyle=orthogonalEdgeStyle;rounded=0;orthogonalLoop=1;jettySize=auto;html=1;" parent="1" source="actA_success" target="mergeA_end" edge="1">
                    <mxGeometry relative="1" as="geometry">
                        <Array as="points">
                            <mxPoint x="160" y="1700"/>
                            <mxPoint x="160" y="1700"/>
                        </Array>
                    </mxGeometry>
                </mxCell>
                <mxCell id="e_error_to_merge" style="edgeStyle=orthogonalEdgeStyle;rounded=0;orthogonalLoop=1;jettySize=auto;html=1;" parent="1" source="actA_error" target="mergeA_end" edge="1">
                    <mxGeometry relative="1" as="geometry">
                        <Array as="points">
                            <mxPoint x="170" y="1830"/>
                        </Array>
                    </mxGeometry>
                </mxCell>
                <mxCell id="e_merge_to_end" style="edgeStyle=orthogonalEdgeStyle;rounded=0;orthogonalLoop=1;jettySize=auto;html=1;" parent="1" source="mergeA_end" target="actA_end" edge="1">
                    <mxGeometry relative="1" as="geometry"/>
+                 </mxCell>
+ 
+                 <!-- Novas Decisões de Envio (Mensagem ou Arquivo) -->
+                 <mxCell id="decA_privChoice" value="Tipo Envio?" style="rhombus;" parent="lane_clientA" vertex="1">
+                     <mxGeometry x="90" y="500" width="40" height="40" as="geometry"/>
+                 </mxCell>
+                 <mxCell id="decA_grpChoice" value="Tipo Envio?" style="rhombus;" parent="lane_clientA" vertex="1">
+                     <mxGeometry x="220" y="1350" width="40" height="40" as="geometry"/>
+                 </mxCell>
+ 
+                 <!-- Nós de Upload de Arquivo do Cliente A -->
+                 <mxCell id="actA_privFile" value="Upload de Arquivo Privado&#xa;server.enviarArquivo(..., arquivo)" style="html=1;align=center;verticalAlign=top;rounded=1;absoluteArcSize=1;arcSize=10;fillColor=#ffe6cc;strokeColor=#d79b00;" parent="lane_clientA" vertex="1">
+                     <mxGeometry x="200" y="580" width="220" height="40" as="geometry"/>
+                 </mxCell>
+                 <mxCell id="actA_grpFile" value="Upload de Arquivo Grupo&#xa;server.enviarArquivo(..., arquivo)" style="html=1;align=center;verticalAlign=top;rounded=1;absoluteArcSize=1;arcSize=10;fillColor=#ffe6cc;strokeColor=#d79b00;" parent="lane_clientA" vertex="1">
+                     <mxGeometry x="0" y="1420" width="190" height="40" as="geometry"/>
+                 </mxCell>
+                 <mxCell id="actA_successGrpFile" value="Exibir Sucesso Local&#xa;ui.exibirMensagemLocal(...)" style="html=1;align=center;verticalAlign=top;rounded=1;absoluteArcSize=1;arcSize=10;fillColor=#ffe6cc;strokeColor=#d79b00;" parent="lane_clientA" vertex="1">
+                     <mxGeometry x="-40" y="1790" width="180" height="40" as="geometry"/>
+                 </mxCell>
+ 
+                 <!-- Nós de Encaminhamento e Validação do Servidor RMI -->
+                 <mxCell id="actS_forwardPrivFile" value="Encaminhar Arquivo Privado&#xa;c.receberArquivo(arquivo)" style="html=1;align=center;verticalAlign=top;rounded=1;absoluteArcSize=1;arcSize=10;fillColor=#dae8fc;strokeColor=#6c8ebf;" parent="lane_server" vertex="1">
+                     <mxGeometry x="30" y="730" width="220" height="45" as="geometry"/>
+                 </mxCell>
+                 <mxCell id="actS_validateGrpFile" value="Validar Membro Grupo&#xa;g.getMembros().contains(de)" style="html=1;align=center;verticalAlign=top;rounded=1;absoluteArcSize=1;arcSize=10;fillColor=#dae8fc;strokeColor=#6c8ebf;" parent="lane_server" vertex="1">
+                     <mxGeometry x="30" y="1510" width="220" height="40" as="geometry"/>
+                 </mxCell>
+                 <mxCell id="decS_isGrpFileMember" value="Membro?" style="rhombus;" parent="lane_server" vertex="1">
+                     <mxGeometry x="220" y="1580" width="30" height="30" as="geometry"/>
+                 </mxCell>
+                 <mxCell id="actS_forwardGrpFile" value="Encaminhar Arquivo Grupo&#xa;for (membro) : c.receberArquivo(arquivo)" style="html=1;align=center;verticalAlign=top;rounded=1;absoluteArcSize=1;arcSize=10;fillColor=#dae8fc;strokeColor=#6c8ebf;" parent="lane_server" vertex="1">
+                     <mxGeometry x="-10" y="1720" width="220" height="45" as="geometry"/>
+                 </mxCell>
+ 
+                 <!-- Nós de Recebimento e Download do Cliente B -->
+                 <mxCell id="actB_recvPrivFile" value="Receber e Salvar Arquivo&#xa;ui.salvarEAbrirArquivo(arquivo)" style="html=1;align=center;verticalAlign=top;rounded=1;absoluteArcSize=1;arcSize=10;fillColor=#e1d5e7;strokeColor=#9673a6;" parent="lane_clientB" vertex="1">
+                     <mxGeometry x="20" y="730" width="220" height="40" as="geometry"/>
+                 </mxCell>
+                 <mxCell id="actB_downloadGrpFile" value="Receber e Salvar Arquivo&#xa;ui.salvarEAbrirArquivo(arquivo)" style="html=1;align=center;verticalAlign=top;rounded=1;absoluteArcSize=1;arcSize=10;fillColor=#e1d5e7;strokeColor=#9673a6;" parent="lane_clientB" vertex="1">
+                     <mxGeometry x="20" y="1790" width="220" height="40" as="geometry"/>
+                 </mxCell>
+ 
+                 <!-- Arestas de Conexão Privadas -->
+                 <mxCell id="e_privChoice_msg" value="Texto" style="edgeStyle=orthogonalEdgeStyle;rounded=0;orthogonalLoop=1;jettySize=auto;html=1;" parent="1" source="decA_privChoice" target="actA_privMsg" edge="1">
+                     <mxGeometry relative="1" as="geometry"/>
+                 </mxCell>
+                 <mxCell id="e_privChoice_file" value="Arquivo" style="edgeStyle=orthogonalEdgeStyle;rounded=0;orthogonalLoop=1;jettySize=auto;html=1;" parent="1" source="decA_privChoice" target="actA_privFile" edge="1">
+                     <mxGeometry relative="1" as="geometry"/>
+                 </mxCell>
+                 <mxCell id="e_privFile_to_server" style="edgeStyle=orthogonalEdgeStyle;rounded=0;orthogonalLoop=1;jettySize=auto;html=1;" parent="1" source="actA_privFile" target="actS_forwardPrivFile" edge="1">
+                     <mxGeometry relative="1" as="geometry"/>
+                 </mxCell>
+                 <mxCell id="e_server_to_recvPrivFile" style="edgeStyle=orthogonalEdgeStyle;rounded=0;orthogonalLoop=1;jettySize=auto;html=1;" parent="1" source="actS_forwardPrivFile" target="actB_recvPrivFile" edge="1">
+                     <mxGeometry relative="1" as="geometry"/>
+                 </mxCell>
+                 <mxCell id="e_recvPrivFile_to_merge" style="edgeStyle=orthogonalEdgeStyle;rounded=0;orthogonalLoop=1;jettySize=auto;html=1;" parent="1" source="actB_recvPrivFile" target="mergeA_end" edge="1">
+                     <mxGeometry relative="1" as="geometry">
+                         <Array as="points">
+                             <mxPoint x="870" y="800"/>
+                             <mxPoint x="410" y="800"/>
+                             <mxPoint x="410" y="1925"/>
+                         </Array>
+                     </mxGeometry>
+                 </mxCell>
+ 
+                 <!-- Arestas de Conexão de Grupo -->
+                 <mxCell id="e_grpChoice_msg" value="Texto" style="edgeStyle=orthogonalEdgeStyle;rounded=0;orthogonalLoop=1;jettySize=auto;html=1;" parent="1" source="decA_grpChoice" target="actA_msg" edge="1">
+                     <mxGeometry relative="1" as="geometry"/>
+                 </mxCell>
+                 <mxCell id="e_grpChoice_file" value="Arquivo" style="edgeStyle=orthogonalEdgeStyle;rounded=0;orthogonalLoop=1;jettySize=auto;html=1;" parent="1" source="decA_grpChoice" target="actA_grpFile" edge="1">
+                     <mxGeometry relative="1" as="geometry"/>
+                 </mxCell>
+                 <mxCell id="e_grpFile_to_validate" style="edgeStyle=orthogonalEdgeStyle;rounded=0;orthogonalLoop=1;jettySize=auto;html=1;" parent="1" source="actA_grpFile" target="actS_validateGrpFile" edge="1">
+                     <mxGeometry relative="1" as="geometry"/>
+                 </mxCell>
+                 <mxCell id="e_validate_to_decGrpFileMember" style="edgeStyle=orthogonalEdgeStyle;rounded=0;orthogonalLoop=1;jettySize=auto;html=1;" parent="1" source="actS_validateGrpFile" target="decS_isGrpFileMember" edge="1">
+                     <mxGeometry relative="1" as="geometry"/>
+                 </mxCell>
+                 <mxCell id="e_isGrpFileMember_no" value="Não" style="edgeStyle=orthogonalEdgeStyle;rounded=0;orthogonalLoop=1;jettySize=auto;html=1;" parent="1" source="decS_isGrpFileMember" target="actS_exception" edge="1">
+                     <mxGeometry relative="1" as="geometry"/>
+                 </mxCell>
+                 <mxCell id="e_isGrpFileMember_yes" value="Sim" style="edgeStyle=orthogonalEdgeStyle;rounded=0;orthogonalLoop=1;jettySize=auto;html=1;" parent="1" source="decS_isGrpFileMember" target="actS_forwardGrpFile" edge="1">
+                     <mxGeometry relative="1" as="geometry"/>
+                 </mxCell>
+                 <mxCell id="e_forwardGrpFile_to_success" style="edgeStyle=orthogonalEdgeStyle;rounded=0;orthogonalLoop=1;jettySize=auto;html=1;" parent="1" source="actS_forwardGrpFile" target="actA_successGrpFile" edge="1">
+                     <mxGeometry relative="1" as="geometry"/>
+                 </mxCell>
+                 <mxCell id="e_forwardGrpFile_to_download" style="edgeStyle=orthogonalEdgeStyle;rounded=0;orthogonalLoop=1;jettySize=auto;html=1;" parent="1" source="actS_forwardGrpFile" target="actB_downloadGrpFile" edge="1">
+                     <mxGeometry relative="1" as="geometry"/>
+                 </mxCell>
+                 <mxCell id="e_successGrpFile_to_merge" style="edgeStyle=orthogonalEdgeStyle;rounded=0;orthogonalLoop=1;jettySize=auto;html=1;" parent="1" source="actA_successGrpFile" target="mergeA_end" edge="1">
+                     <mxGeometry relative="1" as="geometry">
+                         <Array as="points">
+                             <mxPoint x="160" y="1830"/>
+                         </Array>
+                     </mxGeometry>
+                 </mxCell>
+                 <mxCell id="e_downloadGrpFile_to_merge" style="edgeStyle=orthogonalEdgeStyle;rounded=0;orthogonalLoop=1;jettySize=auto;html=1;" parent="1" source="actB_downloadGrpFile" target="mergeA_end" edge="1">
+                     <mxGeometry relative="1" as="geometry">
+                         <Array as="points">
+                             <mxPoint x="870" y="1830"/>
+                             <mxPoint x="410" y="1830"/>
+                             <mxPoint x="410" y="1925"/>
+                         </Array>
+                     </mxGeometry>
                </mxCell>
            </root>
        </mxGraphModel>
    </diagram>
</mxfile>